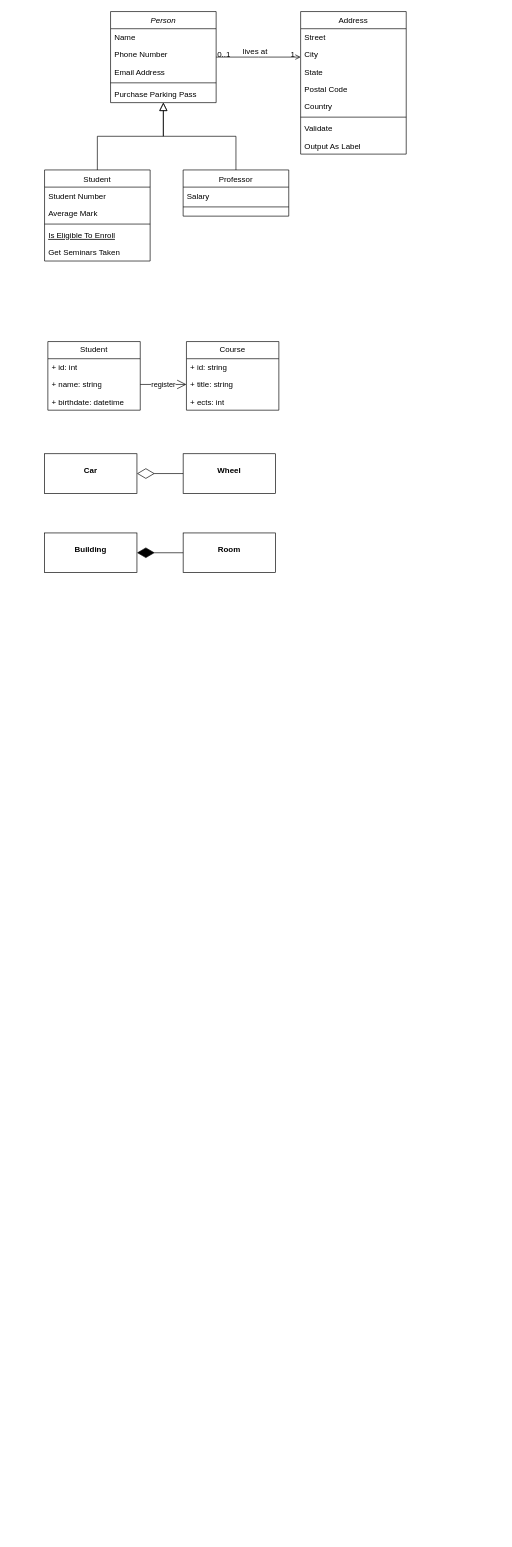
This is swe/Untitled Diagram.drawio from SE-TINF22B6/.github, a draw.io file, before an edit. Source tidied: cells renumbered, new cells numbered last; positions are measured from the earlier drawing's top-left corner, leaving out a move shared by most shapes. Both pictures are drawn from the tidied source at 66%, with x=0, y=0 at pixel (44, 11).
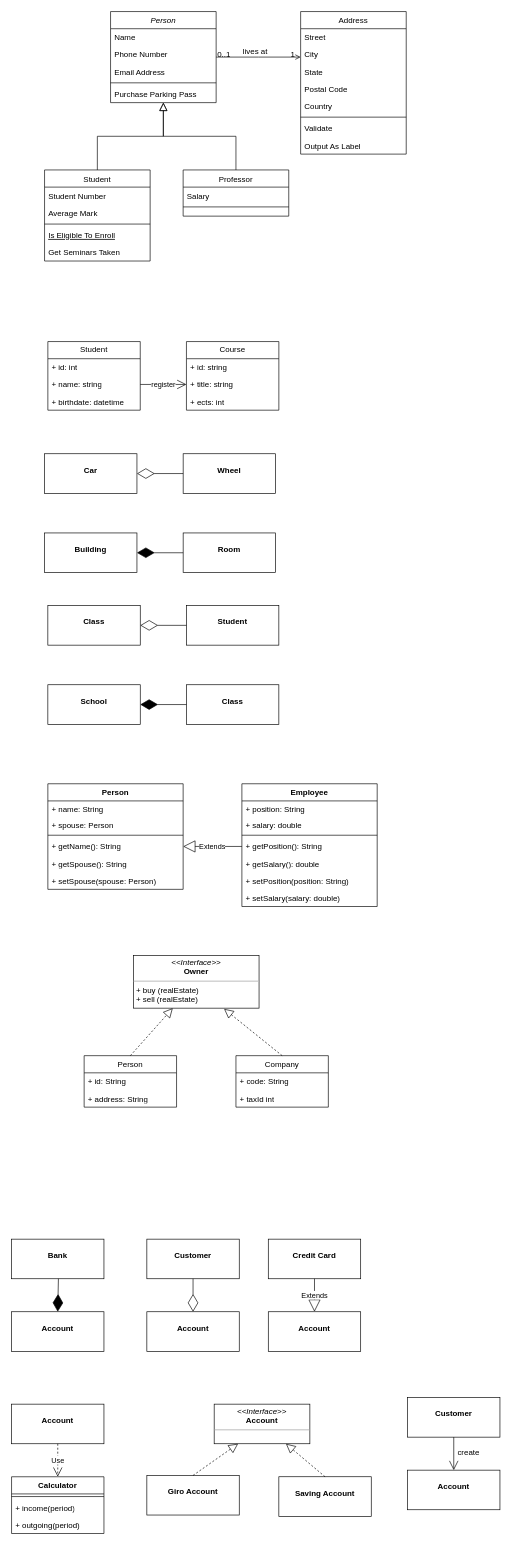
Above is the later version.

What changed in the source:
```diff
@@
+    <mxCell id="47" value="&lt;p style=&quot;margin:0px;margin-top:4px;text-align:center;&quot;&gt;&lt;br&gt;&lt;b&gt;Class&lt;/b&gt;&lt;/p&gt;" style="verticalAlign=top;align=left;overflow=fill;fontSize=12;fontFamily=Helvetica;html=1;whiteSpace=wrap;" parent="1" vertex="1">
+      <mxGeometry x="5" y="900" width="140" height="60" as="geometry" />
+    </mxCell>
+    <mxCell id="48" value="&lt;p style=&quot;margin:0px;margin-top:4px;text-align:center;&quot;&gt;&lt;br&gt;&lt;b&gt;Student&lt;/b&gt;&lt;/p&gt;" style="verticalAlign=top;align=left;overflow=fill;fontSize=12;fontFamily=Helvetica;html=1;whiteSpace=wrap;" parent="1" vertex="1">
+      <mxGeometry x="215" y="900" width="140" height="60" as="geometry" />
+    </mxCell>
+    <mxCell id="49" style="endArrow=diamondThin;endFill=0;endSize=24;html=1;rounded=0;exitX=0;exitY=0.5;exitDx=0;exitDy=0;entryX=1;entryY=0.5;entryDx=0;entryDy=0;" parent="1" edge="1" source="48" target="47">
+      <mxGeometry relative="1" as="geometry" />
+    </mxCell>
+    <mxCell id="50" value="&lt;p style=&quot;margin:0px;margin-top:4px;text-align:center;&quot;&gt;&lt;br&gt;&lt;b&gt;School&lt;/b&gt;&lt;/p&gt;" style="verticalAlign=top;align=left;overflow=fill;fontSize=12;fontFamily=Helvetica;html=1;whiteSpace=wrap;" parent="1" vertex="1">
+      <mxGeometry x="5" y="1020" width="140" height="60" as="geometry" />
+    </mxCell>
+    <mxCell id="51" value="&lt;p style=&quot;margin:0px;margin-top:4px;text-align:center;&quot;&gt;&lt;br&gt;&lt;b&gt;Class&lt;/b&gt;&lt;/p&gt;" style="verticalAlign=top;align=left;overflow=fill;fontSize=12;fontFamily=Helvetica;html=1;whiteSpace=wrap;" parent="1" vertex="1">
+      <mxGeometry x="215" y="1020" width="140" height="60" as="geometry" />
+    </mxCell>
+    <mxCell id="52" style="endArrow=diamondThin;endFill=1;endSize=24;html=1;rounded=0;entryX=1;entryY=0.5;entryDx=0;entryDy=0;exitX=0;exitY=0.5;exitDx=0;exitDy=0;" parent="1" edge="1" source="51" target="50">
+      <mxGeometry relative="1" as="geometry" />
+    </mxCell>
+    <mxCell id="53" value="Person" style="swimlane;fontStyle=1;align=center;verticalAlign=top;horizontal=1;startSize=26;whiteSpace=wrap;html=1;" parent="1" vertex="1">
+      <mxGeometry x="5" y="1170" width="205" height="160" as="geometry" />
+    </mxCell>
+    <mxCell id="54" value="+ name: String" style="text;strokeColor=none;fillColor=none;align=left;verticalAlign=top;spacingLeft=4;spacingRight=4;overflow=hidden;whiteSpace=wrap;html=1;" parent="53" vertex="1">
+      <mxGeometry y="26" width="205" height="24" as="geometry" />
+    </mxCell>
+    <mxCell id="55" value="+ spouse: Person" style="text;strokeColor=none;fillColor=none;align=left;verticalAlign=top;spacingLeft=4;spacingRight=4;overflow=hidden;whiteSpace=wrap;html=1;" parent="53" vertex="1">
+      <mxGeometry y="50" width="205" height="24" as="geometry" />
+    </mxCell>
+    <mxCell id="56" style="line;strokeWidth=1;fillColor=none;align=left;verticalAlign=middle;spacingTop=-1;spacingLeft=3;spacingRight=3;labelPosition=right;strokeColor=inherit;" parent="53" vertex="1">
+      <mxGeometry y="74" width="205" height="8" as="geometry" />
+    </mxCell>
+    <mxCell id="57" value="+ getName(): String" style="text;strokeColor=none;fillColor=none;align=left;verticalAlign=top;spacingLeft=4;spacingRight=4;overflow=hidden;points=[[0,0.5],[1,0.5]];portConstraint=eastwest;whiteSpace=wrap;html=1;" parent="53" vertex="1">
+      <mxGeometry y="82" width="205" height="26" as="geometry" />
+    </mxCell>
+    <mxCell id="58" value="+ getSpouse(): String&lt;span style=&quot;white-space: pre;&quot;&gt;&#9;&lt;/span&gt;" style="text;strokeColor=none;fillColor=none;align=left;verticalAlign=top;spacingLeft=4;spacingRight=4;overflow=hidden;whiteSpace=wrap;html=1;" parent="53" vertex="1">
+      <mxGeometry y="108" width="205" height="26" as="geometry" />
+    </mxCell>
+    <mxCell id="59" value="+ setSpouse(spouse: Person)&lt;span style=&quot;white-space: pre;&quot;&gt;&#9;&lt;/span&gt;" style="text;strokeColor=none;fillColor=none;align=left;verticalAlign=top;spacingLeft=4;spacingRight=4;overflow=hidden;whiteSpace=wrap;html=1;" parent="53" vertex="1">
+      <mxGeometry y="134" width="205" height="26" as="geometry" />
+    </mxCell>
+    <mxCell id="60" value="Employee" style="swimlane;fontStyle=1;align=center;verticalAlign=top;horizontal=1;startSize=26;whiteSpace=wrap;html=1;" parent="1" vertex="1">
+      <mxGeometry x="299" y="1170" width="205" height="186" as="geometry" />
+    </mxCell>
+    <mxCell id="61" value="+ position: String" style="text;strokeColor=none;fillColor=none;align=left;verticalAlign=top;spacingLeft=4;spacingRight=4;overflow=hidden;whiteSpace=wrap;html=1;" parent="60" vertex="1">
+      <mxGeometry y="26" width="205" height="24" as="geometry" />
+    </mxCell>
+    <mxCell id="62" value="+ salary: double" style="text;strokeColor=none;fillColor=none;align=left;verticalAlign=top;spacingLeft=4;spacingRight=4;overflow=hidden;whiteSpace=wrap;html=1;" parent="60" vertex="1">
+      <mxGeometry y="50" width="205" height="24" as="geometry" />
+    </mxCell>
+    <mxCell id="63" style="line;strokeWidth=1;fillColor=none;align=left;verticalAlign=middle;spacingTop=-1;spacingLeft=3;spacingRight=3;labelPosition=right;strokeColor=inherit;" parent="60" vertex="1">
+      <mxGeometry y="74" width="205" height="8" as="geometry" />
+    </mxCell>
+    <mxCell id="64" value="+ getPosition(): String" style="text;strokeColor=none;fillColor=none;align=left;verticalAlign=top;spacingLeft=4;spacingRight=4;overflow=hidden;points=[[0,0.5],[1,0.5]];portConstraint=eastwest;whiteSpace=wrap;html=1;" parent="60" vertex="1">
+      <mxGeometry y="82" width="205" height="26" as="geometry" />
+    </mxCell>
+    <mxCell id="65" value="+ getSalary(): double&lt;span style=&quot;white-space: pre;&quot;&gt;&#9;&lt;/span&gt;" style="text;strokeColor=none;fillColor=none;align=left;verticalAlign=top;spacingLeft=4;spacingRight=4;overflow=hidden;whiteSpace=wrap;html=1;" parent="60" vertex="1">
+      <mxGeometry y="108" width="205" height="26" as="geometry" />
+    </mxCell>
+    <mxCell id="66" value="+ setPosition(position: String)&lt;span style=&quot;white-space: pre;&quot;&gt;&#9;&lt;/span&gt;" style="text;strokeColor=none;fillColor=none;align=left;verticalAlign=top;spacingLeft=4;spacingRight=4;overflow=hidden;whiteSpace=wrap;html=1;" parent="60" vertex="1">
+      <mxGeometry y="134" width="205" height="26" as="geometry" />
+    </mxCell>
+    <mxCell id="67" value="+ setSalary(salary: double)&lt;span style=&quot;white-space: pre;&quot;&gt;&#9;&lt;/span&gt;" style="text;strokeColor=none;fillColor=none;align=left;verticalAlign=top;spacingLeft=4;spacingRight=4;overflow=hidden;whiteSpace=wrap;html=1;" parent="60" vertex="1">
+      <mxGeometry y="160" width="205" height="26" as="geometry" />
+    </mxCell>
+    <mxCell id="68" value="Extends" style="endArrow=block;endSize=16;endFill=0;html=1;rounded=0;entryX=1;entryY=0.5;entryDx=0;entryDy=0;exitX=0;exitY=0.5;exitDx=0;exitDy=0;" parent="1" edge="1" source="64" target="57">
+      <mxGeometry relative="1" as="geometry" />
+    </mxCell>
+    <mxCell id="69" value="&lt;p style=&quot;margin:0px;margin-top:4px;text-align:center;&quot;&gt;&lt;i&gt;&amp;lt;&amp;lt;Interface&amp;gt;&amp;gt;&lt;/i&gt;&lt;br&gt;&lt;b&gt;Owner&lt;/b&gt;&lt;/p&gt;&lt;hr size=&quot;1&quot;&gt;&lt;p style=&quot;margin:0px;margin-left:4px;&quot;&gt;+ buy (realEstate)&lt;br&gt;+ sell (realEstate)&lt;/p&gt;" style="verticalAlign=top;align=left;overflow=fill;fontSize=12;fontFamily=Helvetica;html=1;whiteSpace=wrap;" parent="1" vertex="1">
+      <mxGeometry x="135" y="1430" width="190" height="80" as="geometry" />
+    </mxCell>
+    <mxCell id="70" value="Person" style="swimlane;fontStyle=0;horizontal=1;startSize=26;fillColor=none;whiteSpace=wrap;html=1;" parent="1" vertex="1">
+      <mxGeometry x="60" y="1582" width="140" height="78" as="geometry" />
+    </mxCell>
+    <mxCell id="71" value="+ id: String" style="text;strokeColor=none;fillColor=none;align=left;verticalAlign=top;spacingLeft=4;spacingRight=4;overflow=hidden;whiteSpace=wrap;html=1;" parent="70" vertex="1">
+      <mxGeometry y="26" width="140" height="26" as="geometry" />
+    </mxCell>
+    <mxCell id="72" value="+ address: String" style="text;strokeColor=none;fillColor=none;align=left;verticalAlign=top;spacingLeft=4;spacingRight=4;overflow=hidden;whiteSpace=wrap;html=1;" parent="70" vertex="1">
+      <mxGeometry y="52" width="140" height="26" as="geometry" />
+    </mxCell>
+    <mxCell id="73" value="Company" style="swimlane;fontStyle=0;horizontal=1;startSize=26;fillColor=none;whiteSpace=wrap;html=1;" parent="1" vertex="1">
+      <mxGeometry x="290" y="1582" width="140" height="78" as="geometry" />
+    </mxCell>
+    <mxCell id="74" value="+ code: String" style="text;strokeColor=none;fillColor=none;align=left;verticalAlign=top;spacingLeft=4;spacingRight=4;overflow=hidden;whiteSpace=wrap;html=1;" parent="73" vertex="1">
+      <mxGeometry y="26" width="140" height="26" as="geometry" />
+    </mxCell>
+    <mxCell id="75" value="+ taxId int" style="text;strokeColor=none;fillColor=none;align=left;verticalAlign=top;spacingLeft=4;spacingRight=4;overflow=hidden;whiteSpace=wrap;html=1;" parent="73" vertex="1">
+      <mxGeometry y="52" width="140" height="26" as="geometry" />
+    </mxCell>
+    <mxCell id="76" style="endArrow=block;dashed=1;endFill=0;endSize=12;html=1;rounded=0;exitX=0.5;exitY=0;exitDx=0;exitDy=0;" parent="1" edge="1" source="70" target="69">
+      <mxGeometry relative="1" as="geometry" />
+    </mxCell>
+    <mxCell id="77" style="endArrow=block;dashed=1;endFill=0;endSize=12;html=1;rounded=0;exitX=0.5;exitY=0;exitDx=0;exitDy=0;entryX=0.721;entryY=1.013;entryDx=0;entryDy=0;entryPerimeter=0;" parent="1" edge="1" source="73" target="69">
+      <mxGeometry relative="1" as="geometry" />
+    </mxCell>
+    <mxCell id="78" value="&lt;p style=&quot;margin:0px;margin-top:4px;text-align:center;&quot;&gt;&lt;br&gt;&lt;b&gt;Account&lt;/b&gt;&lt;/p&gt;" style="verticalAlign=top;align=left;overflow=fill;fontSize=12;fontFamily=Helvetica;html=1;whiteSpace=wrap;" parent="1" vertex="1">
+      <mxGeometry x="-50" y="2110" width="140" height="60" as="geometry" />
+    </mxCell>
+    <mxCell id="79" value="Calculator" style="swimlane;fontStyle=1;align=center;verticalAlign=top;horizontal=1;startSize=26;whiteSpace=wrap;html=1;" parent="1" vertex="1">
+      <mxGeometry x="-50" y="2220" width="140" height="86" as="geometry" />
+    </mxCell>
+    <mxCell id="80" style="line;strokeWidth=1;fillColor=none;align=left;verticalAlign=middle;spacingTop=-1;spacingLeft=3;spacingRight=3;labelPosition=right;strokeColor=inherit;" parent="79" vertex="1">
+      <mxGeometry y="26" width="140" height="8" as="geometry" />
+    </mxCell>
+    <mxCell id="81" value="+ income(period)" style="text;strokeColor=none;fillColor=none;align=left;verticalAlign=top;spacingLeft=4;spacingRight=4;overflow=hidden;whiteSpace=wrap;html=1;" parent="79" vertex="1">
+      <mxGeometry y="34" width="140" height="26" as="geometry" />
+    </mxCell>
+    <mxCell id="82" value="+ outgoing(period)" style="text;strokeColor=none;fillColor=none;align=left;verticalAlign=top;spacingLeft=4;spacingRight=4;overflow=hidden;whiteSpace=wrap;html=1;" parent="79" vertex="1">
+      <mxGeometry y="60" width="140" height="26" as="geometry" />
+    </mxCell>
+    <mxCell id="83" value="Use" style="endArrow=open;endSize=12;dashed=1;html=1;rounded=0;exitX=0.5;exitY=1;exitDx=0;exitDy=0;entryX=0.5;entryY=0;entryDx=0;entryDy=0;" parent="1" edge="1" source="78" target="79">
+      <mxGeometry relative="1" as="geometry" />
+    </mxCell>
+    <mxCell id="84" value="&lt;p style=&quot;margin:0px;margin-top:4px;text-align:center;&quot;&gt;&lt;br&gt;&lt;b&gt;Bank&lt;/b&gt;&lt;/p&gt;" style="verticalAlign=top;align=left;overflow=fill;fontSize=12;fontFamily=Helvetica;html=1;whiteSpace=wrap;" parent="1" vertex="1">
+      <mxGeometry x="-50" y="1860" width="140" height="60" as="geometry" />
+    </mxCell>
+    <mxCell id="85" value="&lt;p style=&quot;margin:0px;margin-top:4px;text-align:center;&quot;&gt;&lt;br&gt;&lt;b&gt;Account&lt;/b&gt;&lt;/p&gt;" style="verticalAlign=top;align=left;overflow=fill;fontSize=12;fontFamily=Helvetica;html=1;whiteSpace=wrap;" parent="1" vertex="1">
+      <mxGeometry x="-50" y="1970" width="140" height="60" as="geometry" />
+    </mxCell>
+    <mxCell id="86" style="endArrow=diamondThin;endFill=1;endSize=24;html=1;rounded=0;entryX=0.5;entryY=0;entryDx=0;entryDy=0;" parent="1" edge="1" target="85">
+      <mxGeometry relative="1" as="geometry">
+        <mxPoint x="21" y="1920" as="sourcePoint" />
+      </mxGeometry>
+    </mxCell>
+    <mxCell id="87" value="&lt;p style=&quot;margin:0px;margin-top:4px;text-align:center;&quot;&gt;&lt;br&gt;&lt;b&gt;Customer&lt;/b&gt;&lt;/p&gt;" style="verticalAlign=top;align=left;overflow=fill;fontSize=12;fontFamily=Helvetica;html=1;whiteSpace=wrap;" parent="1" vertex="1">
+      <mxGeometry x="155" y="1860" width="140" height="60" as="geometry" />
+    </mxCell>
+    <mxCell id="88" value="&lt;p style=&quot;margin:0px;margin-top:4px;text-align:center;&quot;&gt;&lt;br&gt;&lt;b&gt;Account&lt;/b&gt;&lt;/p&gt;" style="verticalAlign=top;align=left;overflow=fill;fontSize=12;fontFamily=Helvetica;html=1;whiteSpace=wrap;" parent="1" vertex="1">
+      <mxGeometry x="155" y="1970" width="140" height="60" as="geometry" />
+    </mxCell>
+    <mxCell id="89" style="endArrow=diamondThin;endFill=0;endSize=24;html=1;rounded=0;entryX=0.5;entryY=0;entryDx=0;entryDy=0;exitX=0.5;exitY=1;exitDx=0;exitDy=0;" parent="1" edge="1" source="87" target="88">
+      <mxGeometry relative="1" as="geometry" />
+    </mxCell>
+    <mxCell id="90" value="&lt;p style=&quot;margin:0px;margin-top:4px;text-align:center;&quot;&gt;&lt;br&gt;&lt;b&gt;Credit Card&lt;/b&gt;&lt;/p&gt;" style="verticalAlign=top;align=left;overflow=fill;fontSize=12;fontFamily=Helvetica;html=1;whiteSpace=wrap;" parent="1" vertex="1">
+      <mxGeometry x="339" y="1860" width="140" height="60" as="geometry" />
+    </mxCell>
+    <mxCell id="91" value="&lt;p style=&quot;margin:0px;margin-top:4px;text-align:center;&quot;&gt;&lt;br&gt;&lt;b&gt;Account&lt;/b&gt;&lt;/p&gt;" style="verticalAlign=top;align=left;overflow=fill;fontSize=12;fontFamily=Helvetica;html=1;whiteSpace=wrap;" parent="1" vertex="1">
+      <mxGeometry x="339" y="1970" width="140" height="60" as="geometry" />
+    </mxCell>
+    <mxCell id="92" value="Extends" style="endArrow=block;endSize=16;endFill=0;html=1;rounded=0;entryX=0.5;entryY=0;entryDx=0;entryDy=0;exitX=0.5;exitY=1;exitDx=0;exitDy=0;" parent="1" edge="1" source="90" target="91">
+      <mxGeometry relative="1" as="geometry" />
+    </mxCell>
+    <mxCell id="93" value="&lt;p style=&quot;margin:0px;margin-top:4px;text-align:center;&quot;&gt;&lt;i&gt;&amp;lt;&amp;lt;Interface&amp;gt;&amp;gt;&lt;/i&gt;&lt;br&gt;&lt;b&gt;Account&lt;/b&gt;&lt;/p&gt;&lt;hr size=&quot;1&quot;&gt;&lt;p style=&quot;margin:0px;margin-left:4px;&quot;&gt;&lt;br&gt;&lt;/p&gt;" style="verticalAlign=top;align=left;overflow=fill;fontSize=12;fontFamily=Helvetica;html=1;whiteSpace=wrap;" parent="1" vertex="1">
+      <mxGeometry x="257" y="2110" width="145" height="60" as="geometry" />
+    </mxCell>
+    <mxCell id="94" value="&lt;p style=&quot;margin:0px;margin-top:4px;text-align:center;&quot;&gt;&lt;br&gt;&lt;b&gt;Giro Account&lt;/b&gt;&lt;/p&gt;" style="verticalAlign=top;align=left;overflow=fill;fontSize=12;fontFamily=Helvetica;html=1;whiteSpace=wrap;" parent="1" vertex="1">
+      <mxGeometry x="155" y="2218" width="140" height="60" as="geometry" />
+    </mxCell>
+    <mxCell id="95" value="&lt;p style=&quot;margin:0px;margin-top:4px;text-align:center;&quot;&gt;&lt;br&gt;&lt;b&gt;Saving Account&lt;/b&gt;&lt;/p&gt;" style="verticalAlign=top;align=left;overflow=fill;fontSize=12;fontFamily=Helvetica;html=1;whiteSpace=wrap;" parent="1" vertex="1">
+      <mxGeometry x="355" y="2220" width="140" height="60" as="geometry" />
+    </mxCell>
+    <mxCell id="96" style="endArrow=block;dashed=1;endFill=0;endSize=12;html=1;rounded=0;exitX=0.5;exitY=0;exitDx=0;exitDy=0;entryX=0.25;entryY=1;entryDx=0;entryDy=0;" parent="1" edge="1" source="94" target="93">
+      <mxGeometry relative="1" as="geometry" />
+    </mxCell>
+    <mxCell id="97" style="endArrow=block;dashed=1;endFill=0;endSize=12;html=1;rounded=0;exitX=0.5;exitY=0;exitDx=0;exitDy=0;entryX=0.75;entryY=1;entryDx=0;entryDy=0;" parent="1" edge="1" source="95" target="93">
+      <mxGeometry relative="1" as="geometry" />
+    </mxCell>
+    <mxCell id="98" value="&lt;p style=&quot;margin:0px;margin-top:4px;text-align:center;&quot;&gt;&lt;br&gt;&lt;b&gt;Customer&lt;/b&gt;&lt;/p&gt;" style="verticalAlign=top;align=left;overflow=fill;fontSize=12;fontFamily=Helvetica;html=1;whiteSpace=wrap;" parent="1" vertex="1">
+      <mxGeometry x="550" y="2100" width="140" height="60" as="geometry" />
+    </mxCell>
+    <mxCell id="99" value="&lt;p style=&quot;margin:0px;margin-top:4px;text-align:center;&quot;&gt;&lt;br&gt;&lt;b&gt;Account&lt;/b&gt;&lt;/p&gt;" style="verticalAlign=top;align=left;overflow=fill;fontSize=12;fontFamily=Helvetica;html=1;whiteSpace=wrap;" parent="1" vertex="1">
+      <mxGeometry x="550" y="2210" width="140" height="60" as="geometry" />
+    </mxCell>
+    <mxCell id="100" style="endArrow=open;endFill=1;endSize=12;html=1;rounded=0;entryX=0.5;entryY=0;entryDx=0;entryDy=0;exitX=0.5;exitY=1;exitDx=0;exitDy=0;" parent="1" edge="1" source="98" target="99">
+      <mxGeometry relative="1" as="geometry" />
+    </mxCell>
+    <mxCell id="101" value="create" style="text;strokeColor=none;fillColor=none;align=left;verticalAlign=top;spacingLeft=4;spacingRight=4;overflow=hidden;whiteSpace=wrap;html=1;" parent="1" vertex="1">
+      <mxGeometry x="620" y="2170" width="62" height="36" as="geometry" />
+    </mxCell>
```
